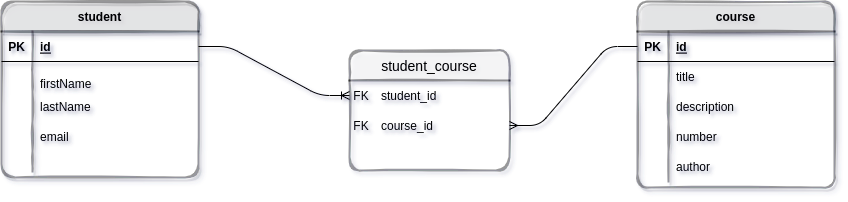
The draw.io diagram spring/data-jpa/assets/spring-jpa-projection/spring- jpa-projections.png in hakobtp/home, before a commit. Source tidied: cells renumbered, new cells last; positions are measured from the earlier drawing's top-left corner, leaving out a move shared by most shapes.
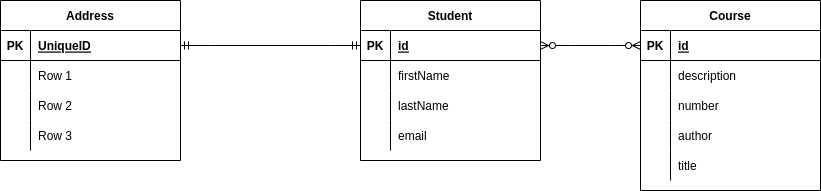
After the commit.

What changed in the source:
```diff
@@ -1,132 +1,138 @@
-<mxGraphModel shadow="1">
+<mxGraphModel>
   <root>
     <mxCell id="0" />
     <mxCell id="1" parent="0" />
-    <mxCell id="2" value="student" style="shape=table;startSize=30;rowLines=0;fontStyle=1;align=center;strokeWidth=2;perimeterSpacing=4;opacity=40;rounded=1;shadow=1;sketch=1;" parent="1" vertex="1">
-      <mxGeometry width="197" height="176" as="geometry" />
-    </mxCell>
-    <mxCell id="3" style="shape=tableRow;horizontal=0;startSize=0;swimlaneHead=0;swimlaneBody=0;fillColor=none;points=[[0,0.5],[1,0.5]];portConstraint=eastwest;top=0;left=0;right=0;bottom=1;" parent="2" vertex="1">
-      <mxGeometry y="30" width="197" height="30" as="geometry" />
-    </mxCell>
-    <mxCell id="4" value="PK" style="shape=partialRectangle;fillColor=none;top=0;left=0;bottom=0;right=0;fontStyle=1;overflow=hidden;" parent="3" vertex="1">
-      <mxGeometry width="31" height="30" as="geometry" />
-    </mxCell>
-    <mxCell id="5" value="id" style="shape=partialRectangle;fillColor=none;top=0;left=0;bottom=0;right=0;align=left;spacingLeft=6;fontStyle=5;overflow=hidden;" parent="3" vertex="1">
-      <mxGeometry x="31" width="166" height="30" as="geometry" />
-    </mxCell>
-    <mxCell id="6" style="shape=tableRow;horizontal=0;startSize=0;swimlaneHead=0;swimlaneBody=0;fillColor=none;top=0;left=0;right=0;bottom=0;" parent="2" vertex="1">
-      <mxGeometry y="60" width="197" height="30" as="geometry" />
-    </mxCell>
-    <mxCell id="7" style="shape=partialRectangle;fillColor=none;top=0;left=0;bottom=0;right=0;overflow=hidden;" parent="6" vertex="1">
-      <mxGeometry width="31" height="30" as="geometry" />
-    </mxCell>
+    <mxCell id="44" value="Student" style="shape=table;startSize=30;rowLines=0;fontStyle=1;align=center;" parent="1" vertex="1">
+      <mxGeometry x="238" y="-55" width="180" height="160" as="geometry" />
+    </mxCell>
+    <mxCell id="45" style="shape=tableRow;horizontal=0;startSize=0;swimlaneHead=0;swimlaneBody=0;fillColor=none;points=[[0,0.5],[1,0.5]];portConstraint=eastwest;top=0;left=0;right=0;bottom=1;" parent="44" vertex="1">
+      <mxGeometry y="30" width="180" height="30" as="geometry" />
+    </mxCell>
+    <mxCell id="46" value="PK" style="shape=partialRectangle;fillColor=none;top=0;left=0;bottom=0;right=0;fontStyle=1;overflow=hidden;" parent="45" vertex="1">
+      <mxGeometry width="30" height="30" as="geometry" />
+    </mxCell>
+    <mxCell id="47" value="id" style="shape=partialRectangle;fillColor=none;top=0;left=0;bottom=0;right=0;align=left;spacingLeft=6;fontStyle=5;overflow=hidden;" parent="45" vertex="1">
+      <mxGeometry x="30" width="150" height="30" as="geometry" />
+    </mxCell>
+    <mxCell id="48" style="shape=tableRow;horizontal=0;startSize=0;swimlaneHead=0;swimlaneBody=0;fillColor=none;top=0;left=0;right=0;bottom=0;" parent="44" vertex="1">
+      <mxGeometry y="60" width="180" height="30" as="geometry" />
+    </mxCell>
+    <mxCell id="49" style="shape=partialRectangle;fillColor=none;top=0;left=0;bottom=0;right=0;overflow=hidden;" parent="48" vertex="1">
+      <mxGeometry width="30" height="30" as="geometry" />
+    </mxCell>
-    <mxCell id="8" value="&#10;firstName &#10;" style="shape=partialRectangle;fillColor=none;top=0;left=0;bottom=0;right=0;align=left;spacingLeft=6;overflow=hidden;" parent="6" vertex="1">
-      <mxGeometry x="31" width="166" height="30" as="geometry" />
+    <mxCell id="8" value="firstName" style="shape=partialRectangle;fillColor=none;top=0;left=0;bottom=0;right=0;align=left;spacingLeft=6;overflow=hidden;" parent="48" vertex="1">
+      <mxGeometry x="30" width="150" height="30" as="geometry" />
     </mxCell>
-    <mxCell id="9" style="shape=tableRow;horizontal=0;startSize=0;swimlaneHead=0;swimlaneBody=0;fillColor=none;top=0;left=0;right=0;bottom=0;" parent="2" vertex="1">
-      <mxGeometry y="90" width="197" height="30" as="geometry" />
-    </mxCell>
-    <mxCell id="10" style="shape=partialRectangle;fillColor=none;top=0;left=0;bottom=0;right=0;overflow=hidden;" parent="9" vertex="1">
-      <mxGeometry width="31" height="30" as="geometry" />
-    </mxCell>
+    <mxCell id="50" style="shape=tableRow;horizontal=0;startSize=0;swimlaneHead=0;swimlaneBody=0;fillColor=none;top=0;left=0;right=0;bottom=0;" parent="44" vertex="1">
+      <mxGeometry y="90" width="180" height="30" as="geometry" />
+    </mxCell>
+    <mxCell id="51" style="shape=partialRectangle;fillColor=none;top=0;left=0;bottom=0;right=0;overflow=hidden;" parent="50" vertex="1">
+      <mxGeometry width="30" height="30" as="geometry" />
+    </mxCell>
-    <mxCell id="11" value="lastName" style="shape=partialRectangle;fillColor=none;top=0;left=0;bottom=0;right=0;align=left;spacingLeft=6;overflow=hidden;" parent="9" vertex="1">
-      <mxGeometry x="31" width="166" height="30" as="geometry" />
+    <mxCell id="11" value="lastName" style="shape=partialRectangle;fillColor=none;top=0;left=0;bottom=0;right=0;align=left;spacingLeft=6;overflow=hidden;" parent="50" vertex="1">
+      <mxGeometry x="30" width="150" height="30" as="geometry" />
     </mxCell>
-    <mxCell id="12" style="shape=tableRow;horizontal=0;startSize=0;swimlaneHead=0;swimlaneBody=0;fillColor=none;top=0;left=0;right=0;bottom=0;" parent="2" vertex="1">
-      <mxGeometry y="120" width="197" height="30" as="geometry" />
-    </mxCell>
-    <mxCell id="13" style="shape=partialRectangle;fillColor=none;top=0;left=0;bottom=0;right=0;overflow=hidden;" parent="12" vertex="1">
-      <mxGeometry width="31" height="30" as="geometry" />
-    </mxCell>
+    <mxCell id="52" style="shape=tableRow;horizontal=0;startSize=0;swimlaneHead=0;swimlaneBody=0;fillColor=none;top=0;left=0;right=0;bottom=0;" parent="44" vertex="1">
+      <mxGeometry y="120" width="180" height="30" as="geometry" />
+    </mxCell>
+    <mxCell id="53" style="shape=partialRectangle;fillColor=none;top=0;left=0;bottom=0;right=0;overflow=hidden;" parent="52" vertex="1">
+      <mxGeometry width="30" height="30" as="geometry" />
+    </mxCell>
-    <mxCell id="14" value="email" style="shape=partialRectangle;fillColor=none;top=0;left=0;bottom=0;right=0;align=left;spacingLeft=6;overflow=hidden;" parent="12" vertex="1">
-      <mxGeometry x="31" width="166" height="30" as="geometry" />
+    <mxCell id="14" value="email" style="shape=partialRectangle;fillColor=none;top=0;left=0;bottom=0;right=0;align=left;spacingLeft=6;overflow=hidden;" parent="52" vertex="1">
+      <mxGeometry x="30" width="150" height="30" as="geometry" />
     </mxCell>
-    <mxCell id="15" style="shape=tableRow;horizontal=0;startSize=0;swimlaneHead=0;swimlaneBody=0;fillColor=none;top=0;left=0;right=0;bottom=0;rounded=0;sketch=0;" parent="2" vertex="1">
-      <mxGeometry y="150" width="197" height="20" as="geometry" />
-    </mxCell>
-    <mxCell id="16" style="shape=partialRectangle;fillColor=none;top=0;left=0;bottom=0;right=0;fontStyle=0;overflow=hidden;rounded=0;sketch=0;" parent="15" vertex="1">
-      <mxGeometry width="31" height="20" as="geometry" />
-    </mxCell>
-    <mxCell id="17" style="shape=partialRectangle;fillColor=none;top=0;left=0;bottom=0;right=0;align=left;spacingLeft=6;fontStyle=0;overflow=hidden;rounded=0;sketch=0;" parent="15" vertex="1">
-      <mxGeometry x="31" width="166" height="20" as="geometry" />
-    </mxCell>
-    <mxCell id="18" value="course" style="shape=table;startSize=30;rowLines=0;fontStyle=1;align=center;strokeWidth=2;perimeterSpacing=4;opacity=40;rounded=1;shadow=1;sketch=1;" parent="1" vertex="1">
-      <mxGeometry x="636" width="197" height="186" as="geometry" />
-    </mxCell>
-    <mxCell id="19" style="shape=tableRow;horizontal=0;startSize=0;swimlaneHead=0;swimlaneBody=0;fillColor=none;points=[[0,0.5],[1,0.5]];portConstraint=eastwest;top=0;left=0;right=0;bottom=1;" parent="18" vertex="1">
-      <mxGeometry y="30" width="197" height="30" as="geometry" />
-    </mxCell>
-    <mxCell id="20" value="PK" style="shape=partialRectangle;fillColor=none;top=0;left=0;bottom=0;right=0;fontStyle=1;overflow=hidden;" parent="19" vertex="1">
-      <mxGeometry width="31" height="30" as="geometry" />
-    </mxCell>
-    <mxCell id="21" value="id" style="shape=partialRectangle;fillColor=none;top=0;left=0;bottom=0;right=0;align=left;spacingLeft=6;fontStyle=5;overflow=hidden;" parent="19" vertex="1">
-      <mxGeometry x="31" width="166" height="30" as="geometry" />
-    </mxCell>
-    <mxCell id="22" style="shape=tableRow;horizontal=0;startSize=0;swimlaneHead=0;swimlaneBody=0;fillColor=none;top=0;left=0;right=0;bottom=0;" parent="18" vertex="1">
-      <mxGeometry y="60" width="197" height="30" as="geometry" />
-    </mxCell>
-    <mxCell id="23" style="shape=partialRectangle;fillColor=none;top=0;left=0;bottom=0;right=0;overflow=hidden;" parent="22" vertex="1">
-      <mxGeometry width="31" height="30" as="geometry" />
-    </mxCell>
+    <mxCell id="54" value="Course" style="shape=table;startSize=30;rowLines=0;fontStyle=1;align=center;" parent="1" vertex="1">
+      <mxGeometry x="518" y="-55" width="180" height="190" as="geometry" />
+    </mxCell>
+    <mxCell id="55" style="shape=tableRow;horizontal=0;startSize=0;swimlaneHead=0;swimlaneBody=0;fillColor=none;points=[[0,0.5],[1,0.5]];portConstraint=eastwest;top=0;left=0;right=0;bottom=1;" parent="54" vertex="1">
+      <mxGeometry y="30" width="180" height="30" as="geometry" />
+    </mxCell>
+    <mxCell id="56" value="PK" style="shape=partialRectangle;fillColor=none;top=0;left=0;bottom=0;right=0;fontStyle=1;overflow=hidden;" parent="55" vertex="1">
+      <mxGeometry width="30" height="30" as="geometry" />
+    </mxCell>
+    <mxCell id="57" value="id" style="shape=partialRectangle;fillColor=none;top=0;left=0;bottom=0;right=0;align=left;spacingLeft=6;fontStyle=5;overflow=hidden;" parent="55" vertex="1">
+      <mxGeometry x="30" width="150" height="30" as="geometry" />
+    </mxCell>
+    <mxCell id="58" style="shape=tableRow;horizontal=0;startSize=0;swimlaneHead=0;swimlaneBody=0;fillColor=none;top=0;left=0;right=0;bottom=0;" parent="54" vertex="1">
+      <mxGeometry y="60" width="180" height="30" as="geometry" />
+    </mxCell>
+    <mxCell id="59" style="shape=partialRectangle;fillColor=none;top=0;left=0;bottom=0;right=0;overflow=hidden;" parent="58" vertex="1">
+      <mxGeometry width="30" height="30" as="geometry" />
+    </mxCell>
+    <mxCell id="27" value="description" style="shape=partialRectangle;fillColor=none;top=0;left=0;bottom=0;right=0;align=left;spacingLeft=6;overflow=hidden;" parent="58" vertex="1">
+      <mxGeometry x="30" width="150" height="30" as="geometry" />
+    </mxCell>
+    <mxCell id="60" style="shape=tableRow;horizontal=0;startSize=0;swimlaneHead=0;swimlaneBody=0;fillColor=none;top=0;left=0;right=0;bottom=0;" parent="54" vertex="1">
+      <mxGeometry y="90" width="180" height="30" as="geometry" />
+    </mxCell>
+    <mxCell id="61" style="shape=partialRectangle;fillColor=none;top=0;left=0;bottom=0;right=0;overflow=hidden;" parent="60" vertex="1">
+      <mxGeometry width="30" height="30" as="geometry" />
+    </mxCell>
+    <mxCell id="30" value="number" style="shape=partialRectangle;fillColor=none;top=0;left=0;bottom=0;right=0;align=left;spacingLeft=6;overflow=hidden;" parent="60" vertex="1">
+      <mxGeometry x="30" width="150" height="30" as="geometry" />
+    </mxCell>
+    <mxCell id="62" style="shape=tableRow;horizontal=0;startSize=0;swimlaneHead=0;swimlaneBody=0;fillColor=none;top=0;left=0;right=0;bottom=0;" parent="54" vertex="1">
+      <mxGeometry y="120" width="180" height="30" as="geometry" />
+    </mxCell>
+    <mxCell id="63" style="shape=partialRectangle;fillColor=none;top=0;left=0;bottom=0;right=0;overflow=hidden;" parent="62" vertex="1">
+      <mxGeometry width="30" height="30" as="geometry" />
+    </mxCell>
+    <mxCell id="33" value="author" style="shape=partialRectangle;fillColor=none;top=0;left=0;bottom=0;right=0;align=left;spacingLeft=6;overflow=hidden;" parent="62" vertex="1">
+      <mxGeometry x="30" width="150" height="30" as="geometry" />
+    </mxCell>
+    <mxCell id="64" style="shape=tableRow;horizontal=0;startSize=0;swimlaneHead=0;swimlaneBody=0;fillColor=none;top=0;left=0;right=0;bottom=0;" parent="54" vertex="1">
+      <mxGeometry y="150" width="180" height="30" as="geometry" />
+    </mxCell>
+    <mxCell id="65" style="shape=partialRectangle;fillColor=none;top=0;left=0;bottom=0;right=0;overflow=hidden;" parent="64" vertex="1">
+      <mxGeometry width="30" height="30" as="geometry" />
+    </mxCell>
-    <mxCell id="24" value="title" style="shape=partialRectangle;fillColor=none;top=0;left=0;bottom=0;right=0;align=left;spacingLeft=6;overflow=hidden;" parent="22" vertex="1">
-      <mxGeometry x="31" width="166" height="30" as="geometry" />
+    <mxCell id="24" value="title" style="shape=partialRectangle;fillColor=none;top=0;left=0;bottom=0;right=0;align=left;spacingLeft=6;overflow=hidden;" parent="64" vertex="1">
+      <mxGeometry x="30" width="150" height="30" as="geometry" />
     </mxCell>
-    <mxCell id="25" style="shape=tableRow;horizontal=0;startSize=0;swimlaneHead=0;swimlaneBody=0;fillColor=none;top=0;left=0;right=0;bottom=0;" parent="18" vertex="1">
-      <mxGeometry y="90" width="197" height="30" as="geometry" />
-    </mxCell>
-    <mxCell id="26" style="shape=partialRectangle;fillColor=none;top=0;left=0;bottom=0;right=0;overflow=hidden;" parent="25" vertex="1">
-      <mxGeometry width="31" height="30" as="geometry" />
-    </mxCell>
-    <mxCell id="27" value="description" style="shape=partialRectangle;fillColor=none;top=0;left=0;bottom=0;right=0;align=left;spacingLeft=6;overflow=hidden;" parent="25" vertex="1">
-      <mxGeometry x="31" width="166" height="30" as="geometry" />
-    </mxCell>
-    <mxCell id="28" style="shape=tableRow;horizontal=0;startSize=0;swimlaneHead=0;swimlaneBody=0;fillColor=none;top=0;left=0;right=0;bottom=0;" parent="18" vertex="1">
-      <mxGeometry y="120" width="197" height="30" as="geometry" />
-    </mxCell>
-    <mxCell id="29" style="shape=partialRectangle;fillColor=none;top=0;left=0;bottom=0;right=0;overflow=hidden;" parent="28" vertex="1">
-      <mxGeometry width="31" height="30" as="geometry" />
-    </mxCell>
-    <mxCell id="30" value="number" style="shape=partialRectangle;fillColor=none;top=0;left=0;bottom=0;right=0;align=left;spacingLeft=6;overflow=hidden;" parent="28" vertex="1">
-      <mxGeometry x="31" width="166" height="30" as="geometry" />
-    </mxCell>
-    <mxCell id="31" style="shape=tableRow;horizontal=0;startSize=0;swimlaneHead=0;swimlaneBody=0;fillColor=none;top=0;left=0;right=0;bottom=0;" parent="18" vertex="1">
-      <mxGeometry y="150" width="197" height="30" as="geometry" />
-    </mxCell>
-    <mxCell id="32" style="shape=partialRectangle;fillColor=none;top=0;left=0;bottom=0;right=0;overflow=hidden;" parent="31" vertex="1">
-      <mxGeometry width="31" height="30" as="geometry" />
-    </mxCell>
-    <mxCell id="33" value="author" style="shape=partialRectangle;fillColor=none;top=0;left=0;bottom=0;right=0;align=left;spacingLeft=6;overflow=hidden;" parent="31" vertex="1">
-      <mxGeometry x="31" width="166" height="30" as="geometry" />
-    </mxCell>
-    <mxCell id="34" value="student_course" style="swimlane;horizontal=1;startSize=30;rounded=1;fontSize=14;fontStyle=0;strokeWidth=2;shadow=0;dashed=0;align=center;sketch=1;fontFamily=Helvetica;opacity=40;" parent="1" vertex="1">
-      <mxGeometry x="348" y="49" width="160" height="120" as="geometry" />
-    </mxCell>
-    <mxCell id="35" style="shape=table;startSize=0;rowLines=0;fontStyle=0;align=center;strokeColor=none;fillColor=none;rounded=1;shadow=1;sketch=1;fontFamily=Helvetica;fontSize=12;opacity=40;" parent="34" vertex="1">
-      <mxGeometry y="30" width="160" height="90" as="geometry" />
-    </mxCell>
-    <mxCell id="36" style="shape=tableRow;horizontal=0;startSize=0;swimlaneHead=0;swimlaneBody=0;fillColor=none;points=[[0,0.5],[1,0.5]];portConstraint=eastwest;top=0;left=0;right=0;bottom=0;rounded=1;shadow=1;sketch=1;fontFamily=Helvetica;fontSize=12;strokeWidth=2;opacity=40;" parent="35" vertex="1">
-      <mxGeometry width="160" height="30" as="geometry" />
-    </mxCell>
-    <mxCell id="37" value="FK" style="shape=partialRectangle;fillColor=none;top=0;left=0;bottom=0;right=0;fontStyle=0;overflow=hidden;rounded=1;shadow=1;sketch=1;fontFamily=Helvetica;fontSize=12;startSize=30;strokeWidth=2;opacity=40;" parent="36" vertex="1">
-      <mxGeometry width="24" height="30" as="geometry" />
-    </mxCell>
-    <mxCell id="38" value="student_id" style="shape=partialRectangle;fillColor=none;top=0;left=0;bottom=0;right=0;align=left;spacingLeft=6;fontStyle=0;overflow=hidden;rounded=1;shadow=1;sketch=1;fontFamily=Helvetica;fontSize=12;startSize=30;strokeWidth=2;opacity=40;" parent="36" vertex="1">
-      <mxGeometry x="24" width="136" height="30" as="geometry" />
-    </mxCell>
-    <mxCell id="39" style="shape=tableRow;horizontal=0;startSize=0;swimlaneHead=0;swimlaneBody=0;fillColor=none;top=0;left=0;right=0;bottom=0;rounded=1;shadow=1;sketch=1;fontFamily=Helvetica;fontSize=12;strokeWidth=2;opacity=40;" parent="35" vertex="1">
-      <mxGeometry y="30" width="160" height="30" as="geometry" />
-    </mxCell>
-    <mxCell id="40" value="FK" style="shape=partialRectangle;fillColor=none;top=0;left=0;bottom=0;right=0;fontStyle=0;overflow=hidden;rounded=1;shadow=1;sketch=1;fontFamily=Helvetica;fontSize=12;startSize=30;strokeWidth=2;opacity=40;" parent="39" vertex="1">
-      <mxGeometry width="24" height="30" as="geometry" />
-    </mxCell>
-    <mxCell id="41" value="course_id" style="shape=partialRectangle;fillColor=none;top=0;left=0;bottom=0;right=0;align=left;spacingLeft=6;fontStyle=0;overflow=hidden;rounded=1;shadow=1;sketch=1;fontFamily=Helvetica;fontSize=12;startSize=30;strokeWidth=2;opacity=40;" parent="39" vertex="1">
-      <mxGeometry x="24" width="136" height="30" as="geometry" />
-    </mxCell>
-    <mxCell id="42" style="edgeStyle=entityRelationEdgeStyle;fontSize=12;html=1;endArrow=ERoneToMany;rounded=1;sketch=0;fontFamily=Helvetica;startSize=30;curved=0;exitX=1;exitY=0.5;exitDx=0;exitDy=0;entryX=0;entryY=0.5;entryDx=0;entryDy=0;" parent="1" edge="1" source="3" target="36">
-      <mxGeometry relative="1" as="geometry" />
-    </mxCell>
-    <mxCell id="43" style="edgeStyle=entityRelationEdgeStyle;fontSize=12;html=1;endArrow=ERmany;rounded=1;sketch=0;fontFamily=Helvetica;startSize=30;curved=0;entryX=1;entryY=0.5;entryDx=0;entryDy=0;exitX=0;exitY=0.5;exitDx=0;exitDy=0;" parent="1" edge="1" source="19" target="35">
-      <mxGeometry relative="1" as="geometry" />
-    </mxCell>
+    <mxCell id="66" value="Address" style="shape=table;startSize=30;rowLines=0;fontStyle=1;align=center;" parent="1" vertex="1">
+      <mxGeometry x="-122" y="-55" width="180" height="160" as="geometry" />
+    </mxCell>
+    <mxCell id="67" style="shape=tableRow;horizontal=0;startSize=0;swimlaneHead=0;swimlaneBody=0;fillColor=none;points=[[0,0.5],[1,0.5]];portConstraint=eastwest;top=0;left=0;right=0;bottom=1;" parent="66" vertex="1">
+      <mxGeometry y="30" width="180" height="30" as="geometry" />
+    </mxCell>
+    <mxCell id="68" value="PK" style="shape=partialRectangle;fillColor=none;top=0;left=0;bottom=0;right=0;fontStyle=1;overflow=hidden;" parent="67" vertex="1">
+      <mxGeometry width="30" height="30" as="geometry" />
+    </mxCell>
+    <mxCell id="69" value="UniqueID" style="shape=partialRectangle;fillColor=none;top=0;left=0;bottom=0;right=0;align=left;spacingLeft=6;fontStyle=5;overflow=hidden;" parent="67" vertex="1">
+      <mxGeometry x="30" width="150" height="30" as="geometry" />
+    </mxCell>
+    <mxCell id="70" style="shape=tableRow;horizontal=0;startSize=0;swimlaneHead=0;swimlaneBody=0;fillColor=none;top=0;left=0;right=0;bottom=0;" parent="66" vertex="1">
+      <mxGeometry y="60" width="180" height="30" as="geometry" />
+    </mxCell>
+    <mxCell id="71" style="shape=partialRectangle;fillColor=none;top=0;left=0;bottom=0;right=0;overflow=hidden;" parent="70" vertex="1">
+      <mxGeometry width="30" height="30" as="geometry" />
+    </mxCell>
+    <mxCell id="72" value="Row 1" style="shape=partialRectangle;fillColor=none;top=0;left=0;bottom=0;right=0;align=left;spacingLeft=6;overflow=hidden;" parent="70" vertex="1">
+      <mxGeometry x="30" width="150" height="30" as="geometry" />
+    </mxCell>
+    <mxCell id="73" style="shape=tableRow;horizontal=0;startSize=0;swimlaneHead=0;swimlaneBody=0;fillColor=none;top=0;left=0;right=0;bottom=0;" parent="66" vertex="1">
+      <mxGeometry y="90" width="180" height="30" as="geometry" />
+    </mxCell>
+    <mxCell id="74" style="shape=partialRectangle;fillColor=none;top=0;left=0;bottom=0;right=0;overflow=hidden;" parent="73" vertex="1">
+      <mxGeometry width="30" height="30" as="geometry" />
+    </mxCell>
+    <mxCell id="75" value="Row 2" style="shape=partialRectangle;fillColor=none;top=0;left=0;bottom=0;right=0;align=left;spacingLeft=6;overflow=hidden;" parent="73" vertex="1">
+      <mxGeometry x="30" width="150" height="30" as="geometry" />
+    </mxCell>
+    <mxCell id="76" style="shape=tableRow;horizontal=0;startSize=0;swimlaneHead=0;swimlaneBody=0;fillColor=none;top=0;left=0;right=0;bottom=0;" parent="66" vertex="1">
+      <mxGeometry y="120" width="180" height="30" as="geometry" />
+    </mxCell>
+    <mxCell id="77" style="shape=partialRectangle;fillColor=none;top=0;left=0;bottom=0;right=0;overflow=hidden;" parent="76" vertex="1">
+      <mxGeometry width="30" height="30" as="geometry" />
+    </mxCell>
+    <mxCell id="78" value="Row 3" style="shape=partialRectangle;fillColor=none;top=0;left=0;bottom=0;right=0;align=left;spacingLeft=6;overflow=hidden;" parent="76" vertex="1">
+      <mxGeometry x="30" width="150" height="30" as="geometry" />
+    </mxCell>
+    <mxCell id="79" style="edgeStyle=entityRelationEdgeStyle;fontSize=12;html=1;endArrow=ERzeroToMany;endFill=1;startArrow=ERzeroToMany;rounded=0;entryX=0;entryY=0.5;entryDx=0;entryDy=0;exitX=1;exitY=0.5;exitDx=0;exitDy=0;" parent="1" edge="1" source="45" target="55">
+      <mxGeometry relative="1" as="geometry" />
+    </mxCell>
+    <mxCell id="80" style="edgeStyle=entityRelationEdgeStyle;fontSize=12;html=1;endArrow=ERmandOne;startArrow=ERmandOne;rounded=0;exitX=1;exitY=0.5;exitDx=0;exitDy=0;entryX=0;entryY=0.5;entryDx=0;entryDy=0;" parent="1" edge="1" source="67" target="45">
+      <mxGeometry relative="1" as="geometry" />
+    </mxCell>
   </root>
 </mxGraphModel>
```
